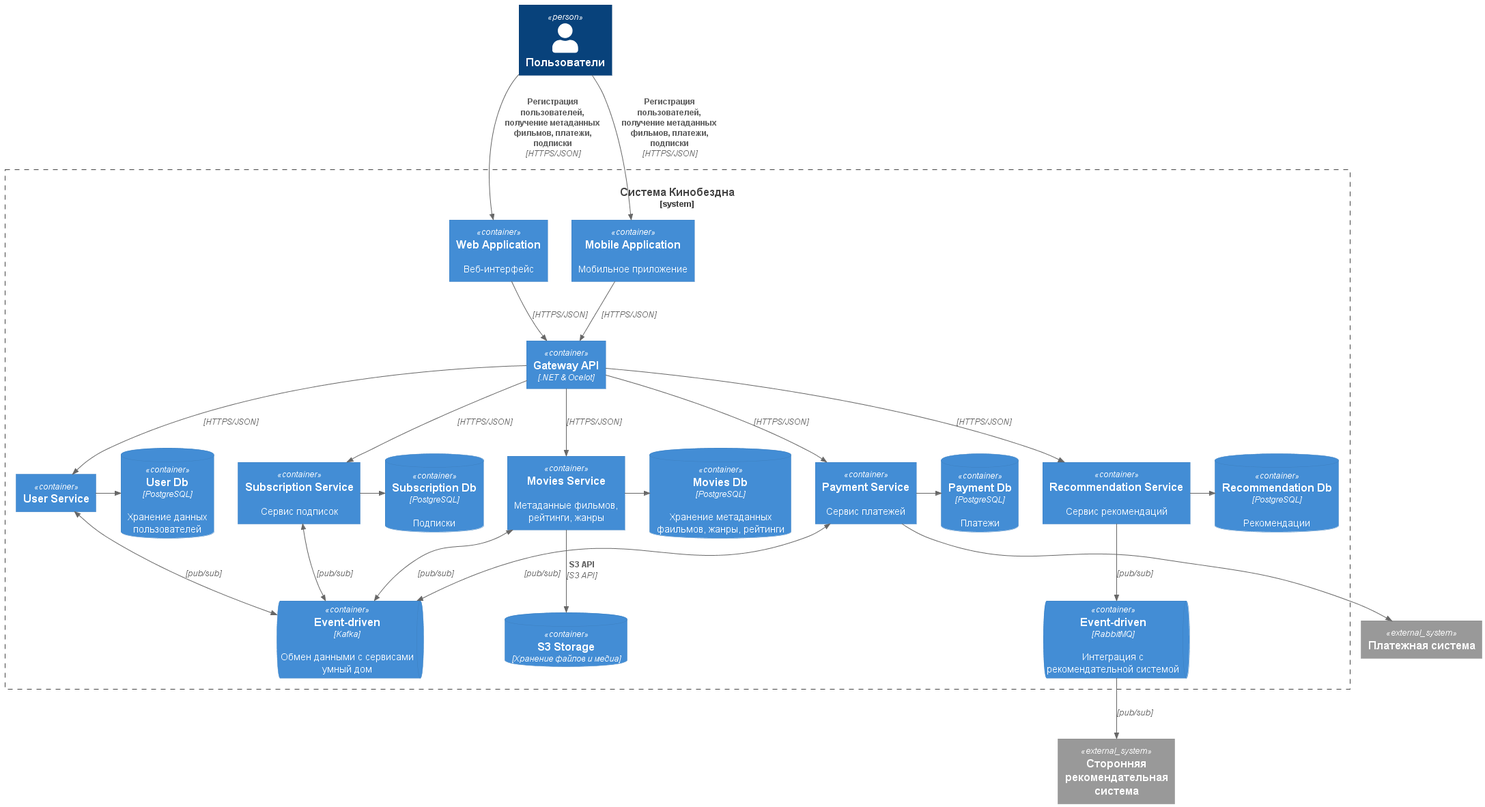
This is diagrams/container/container.png from pvmasny/yandex-arch-pro-02, a PlantUML export, as it was before one commit.
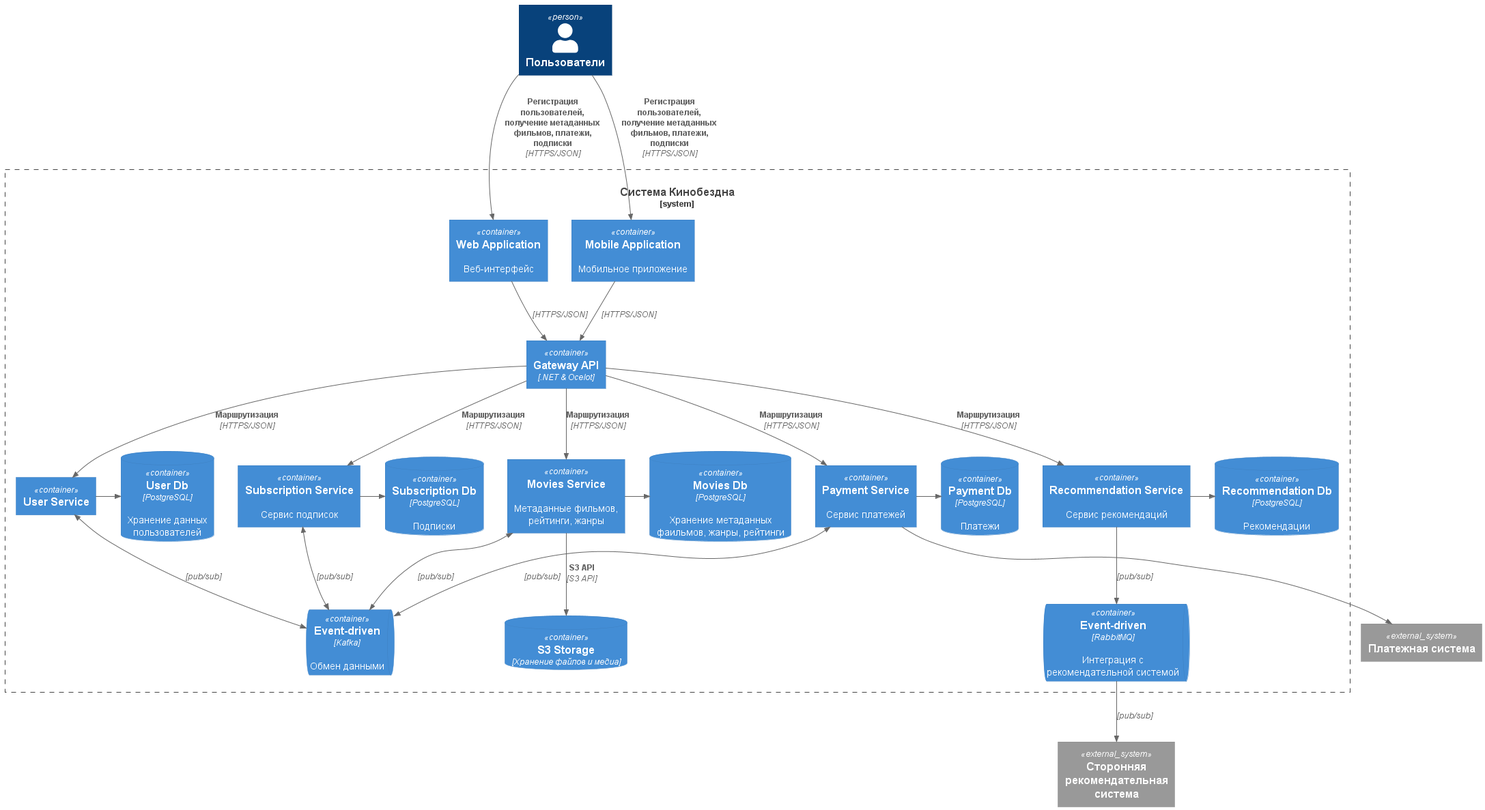
The same diagram one commit later.

The edit, as a diff of the source:
```diff
@@ -19,7 +19,7 @@
     ContainerDb(recommendation_db, "Recommendation Db", "PostgreSQL", "Рекомендации")
     Container(payment_service, "Payment Service", "", "Сервис платежей")
     ContainerDb(payment_db, "Payment Db", "PostgreSQL", "Платежи")
-    ContainerQueue(kafka, "Event-driven", "Kafka", "Обмен данными c сервисами умный дом")
+    ContainerQueue(kafka, "Event-driven", "Kafka", "Обмен данными")
     ContainerQueue(rabbitMq, "Event-driven", "RabbitMQ", "Интеграция c рекомендательной системой")
     ContainerDb(s3, "S3 Storage", "Хранение файлов и медиа")
 }
@@ -33,11 +33,11 @@
 Rel_D(web_app,gateway,"", "HTTPS/JSON")
 Rel_D(mobile_app,gateway,"", "HTTPS/JSON")
 
-Rel_D(gateway,user_service,"", "HTTPS/JSON")
-Rel_D(gateway,movies_service,"", "HTTPS/JSON")
-Rel_D(gateway,subscription_service,"", "HTTPS/JSON")
-Rel_D(gateway,recommendation_service,"", "HTTPS/JSON")
-Rel_D(gateway,payment_service,"", "HTTPS/JSON")
+Rel_D(gateway,user_service,"Маршрутизация", "HTTPS/JSON")
+Rel_D(gateway,movies_service,"Маршрутизация", "HTTPS/JSON")
+Rel_D(gateway,subscription_service,"Маршрутизация", "HTTPS/JSON")
+Rel_D(gateway,recommendation_service,"Маршрутизация", "HTTPS/JSON")
+Rel_D(gateway,payment_service,"Маршрутизация", "HTTPS/JSON")
 
 Rel_R(user_service, user_db, "")
 Rel_R(movies_service, movies_db, "")
@@ -46,10 +46,12 @@
 Rel_R(recommendation_service, recommendation_db, "")
 Rel_R(payment_service, payment_db, "")
 
+
 BiRel_D(user_service,kafka,"", "pub/sub")
 BiRel_D(movies_service,kafka,"", "pub/sub")
 BiRel_D(subscription_service,kafka,"", "pub/sub")
 BiRel_D(payment_service,kafka,"", "pub/sub")
+
 
 Rel_D(payment_service,payment,"", "")
 Rel_D(recommendation_service,rabbitMq,"", "pub/sub")
```
